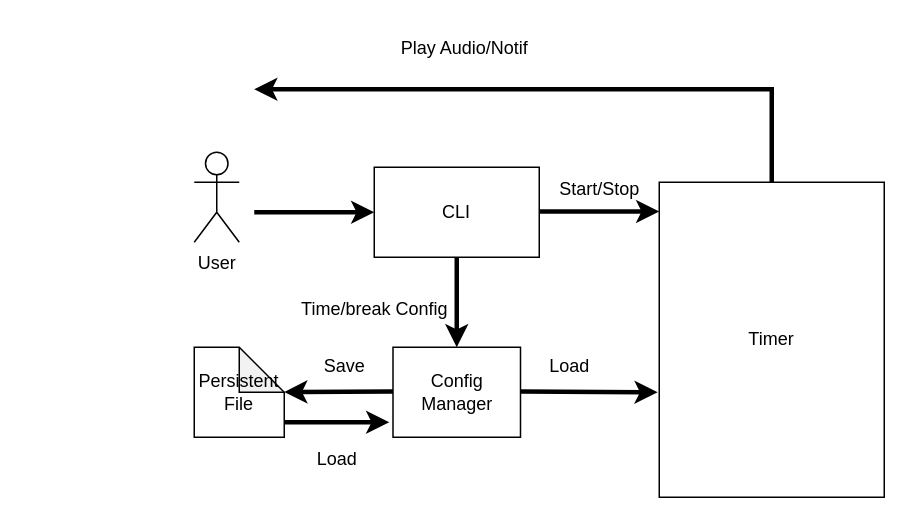
aaadam3042/RustyPomodoro keeps this draw.io diagram as docs/conceptual.drawio. Above is the earlier version. Source tidied: cells renumbered, new cells numbered last; positions are measured from the earlier drawing's top-left corner, leaving out a move shared by most shapes. Both pictures are drawn from the tidied source at 150%, with x=0, y=0 at pixel (194, 26).
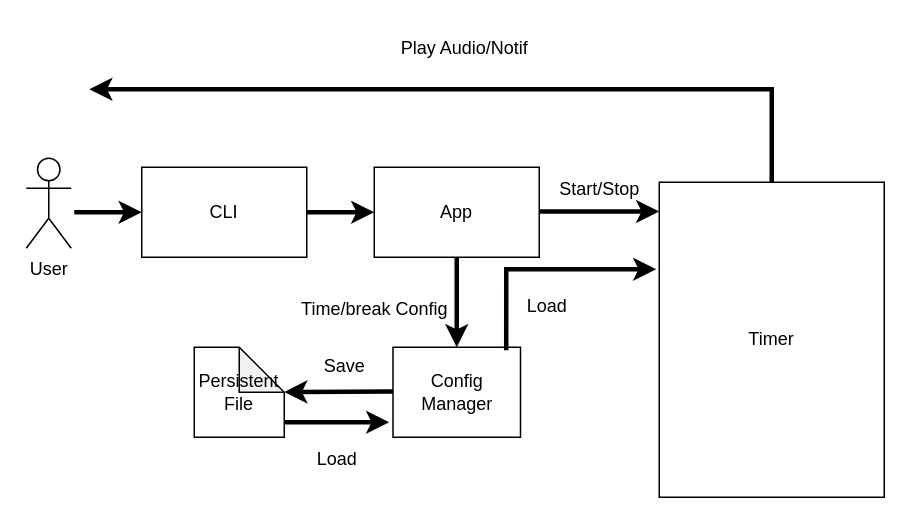
After the change.

Unchanged cells that the change refers to:
```xml
<mxCell id="9" value="Config Manager" style="rounded=0;whiteSpace=wrap;html=1;" parent="1" vertex="1">
  <mxGeometry x="132.5" y="214" width="85" height="60" as="geometry" />
</mxCell>
<mxCell id="15" value="Timer" style="rounded=0;whiteSpace=wrap;html=1;" parent="1" vertex="1">
  <mxGeometry x="310" y="104" width="150" height="210" as="geometry" />
</mxCell>
```

Diff of the diagram source:
```diff
@@
-    <mxCell id="2" value="CLI" style="rounded=0;whiteSpace=wrap;html=1;" parent="1" vertex="1">
+    <mxCell id="2" value="App" style="rounded=0;whiteSpace=wrap;html=1;" parent="1" vertex="1">
       <mxGeometry x="120" y="94" width="110" height="60" as="geometry" />
     </mxCell>
-    <mxCell id="3" style="endArrow=classic;html=1;rounded=0;strokeWidth=3;" parent="1" edge="1">
-      <mxGeometry relative="1" as="geometry">
-        <mxPoint x="40" y="124" as="sourcePoint" />
-        <mxPoint x="120" y="124" as="targetPoint" />
-      </mxGeometry>
-    </mxCell>
     <mxCell id="4" value="User" style="shape=umlActor;verticalLabelPosition=bottom;verticalAlign=top;html=1;" parent="1" vertex="1">
-      <mxGeometry y="84" width="30" height="60" as="geometry" />
+      <mxGeometry x="-112" y="88" width="30" height="60" as="geometry" />
     </mxCell>
@@
-    <mxCell id="16" style="endArrow=classic;html=1;rounded=0;strokeWidth=3;entryX=-0.007;entryY=0.667;entryDx=0;entryDy=0;entryPerimeter=0;" parent="1" edge="1" target="15">
+    <mxCell id="16" style="endArrow=classic;html=1;rounded=0;strokeWidth=3;exitX=0.888;exitY=0.033;exitDx=0;exitDy=0;exitPerimeter=0;" parent="1" edge="1" source="9">
       <mxGeometry relative="1" as="geometry">
-        <mxPoint x="217.5" y="243.5" as="sourcePoint" />
+        <mxPoint x="308" y="162" as="targetPoint" />
+        <Array as="points">
+          <mxPoint x="208" y="162" />
+        </Array>
       </mxGeometry>
     </mxCell>
     <mxCell id="17" value="Load" style="text;html=1;align=center;verticalAlign=middle;strokeColor=none;fillColor=none;" parent="1" vertex="1">
-      <mxGeometry x="225" y="212" width="50" height="30" as="geometry" />
+      <mxGeometry x="210" y="172" width="50" height="30" as="geometry" />
     </mxCell>
     <mxCell id="18" style="endArrow=classic;html=1;rounded=0;strokeWidth=3;exitX=0.5;exitY=0;exitDx=0;exitDy=0;" parent="1" edge="1" source="15">
       <mxGeometry relative="1" as="geometry">
-        <mxPoint x="40" y="42" as="targetPoint" />
+        <mxPoint x="-70" y="42" as="targetPoint" />
         <Array as="points">
           <mxPoint x="385" y="42" />
         </Array>
       </mxGeometry>
     </mxCell>
@@
+    <mxCell id="20" style="edgeStyle=orthogonalEdgeStyle;rounded=0;jettySize=auto;html=1;entryX=0;entryY=0.5;entryDx=0;entryDy=0;strokeWidth=3;" parent="1" edge="1" source="21" target="2">
+      <mxGeometry relative="1" as="geometry" />
+    </mxCell>
+    <mxCell id="21" value="CLI" style="rounded=0;whiteSpace=wrap;html=1;" parent="1" vertex="1">
+      <mxGeometry x="-35" y="94" width="110" height="60" as="geometry" />
+    </mxCell>
+    <mxCell id="22" style="edgeStyle=orthogonalEdgeStyle;rounded=0;orthogonalLoop=1;jettySize=auto;html=1;entryX=0;entryY=0.5;entryDx=0;entryDy=0;strokeWidth=3;" parent="1" edge="1">
+      <mxGeometry relative="1" as="geometry">
+        <mxPoint x="-80" y="124" as="sourcePoint" />
+        <mxPoint x="-35" y="124" as="targetPoint" />
+      </mxGeometry>
+    </mxCell>
```
